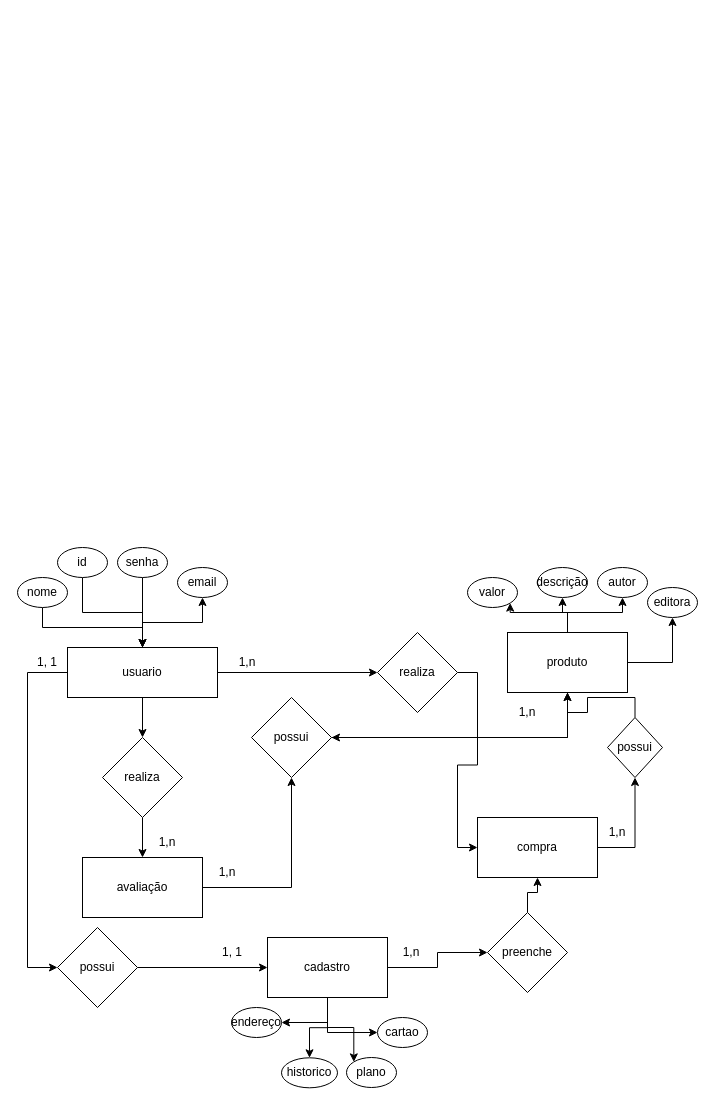
This is Diagrama sem nome.drawio from Pedro1AF/Backlog, a draw.io file, before an edit. Source tidied: cells renumbered, new cells numbered last; positions are measured from the earlier drawing's top-left corner, leaving out a move shared by most shapes. Both pictures are drawn from the tidied source at 100%, with x=0, y=0 at pixel (17, 547).
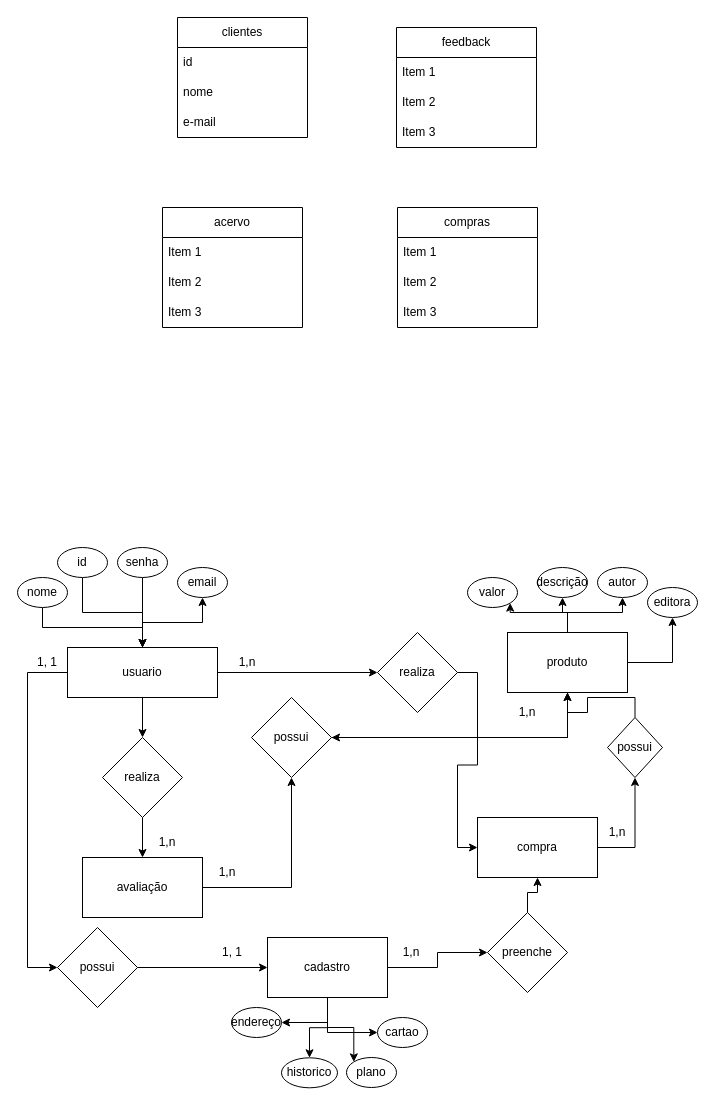
The same diagram, later.

The edit, as a diff of the source:
```diff
@@
+    <mxCell id="59" value="clientes" style="swimlane;fontStyle=0;horizontal=1;startSize=30;whiteSpace=wrap;html=1;" parent="1" vertex="1">
+      <mxGeometry x="160" y="-530" width="130" height="120" as="geometry" />
+    </mxCell>
+    <mxCell id="60" value="id&lt;span style=&quot;white-space: pre;&quot;&gt;&#9;&lt;/span&gt;" style="text;strokeColor=none;fillColor=none;align=left;verticalAlign=middle;spacingLeft=4;spacingRight=4;overflow=hidden;whiteSpace=wrap;html=1;" parent="59" vertex="1">
+      <mxGeometry y="30" width="130" height="30" as="geometry" />
+    </mxCell>
+    <mxCell id="61" value="nome" style="text;strokeColor=none;fillColor=none;align=left;verticalAlign=middle;spacingLeft=4;spacingRight=4;overflow=hidden;whiteSpace=wrap;html=1;" parent="59" vertex="1">
+      <mxGeometry y="60" width="130" height="30" as="geometry" />
+    </mxCell>
+    <mxCell id="62" value="e-mail" style="text;strokeColor=none;fillColor=none;align=left;verticalAlign=middle;spacingLeft=4;spacingRight=4;overflow=hidden;whiteSpace=wrap;html=1;" parent="59" vertex="1">
+      <mxGeometry y="90" width="130" height="30" as="geometry" />
+    </mxCell>
+    <mxCell id="63" value="acervo" style="swimlane;fontStyle=0;horizontal=1;startSize=30;whiteSpace=wrap;html=1;" parent="1" vertex="1">
+      <mxGeometry x="145" y="-340" width="140" height="120" as="geometry" />
+    </mxCell>
+    <mxCell id="64" value="Item 1" style="text;strokeColor=none;fillColor=none;align=left;verticalAlign=middle;spacingLeft=4;spacingRight=4;overflow=hidden;whiteSpace=wrap;html=1;" parent="63" vertex="1">
+      <mxGeometry y="30" width="140" height="30" as="geometry" />
+    </mxCell>
+    <mxCell id="65" value="Item 2" style="text;strokeColor=none;fillColor=none;align=left;verticalAlign=middle;spacingLeft=4;spacingRight=4;overflow=hidden;whiteSpace=wrap;html=1;" parent="63" vertex="1">
+      <mxGeometry y="60" width="140" height="30" as="geometry" />
+    </mxCell>
+    <mxCell id="66" value="Item 3" style="text;strokeColor=none;fillColor=none;align=left;verticalAlign=middle;spacingLeft=4;spacingRight=4;overflow=hidden;whiteSpace=wrap;html=1;" parent="63" vertex="1">
+      <mxGeometry y="90" width="140" height="30" as="geometry" />
+    </mxCell>
+    <mxCell id="67" value="feedback" style="swimlane;fontStyle=0;horizontal=1;startSize=30;whiteSpace=wrap;html=1;" parent="1" vertex="1">
+      <mxGeometry x="379" y="-520" width="140" height="120" as="geometry" />
+    </mxCell>
+    <mxCell id="68" value="Item 1" style="text;strokeColor=none;fillColor=none;align=left;verticalAlign=middle;spacingLeft=4;spacingRight=4;overflow=hidden;whiteSpace=wrap;html=1;" parent="67" vertex="1">
+      <mxGeometry y="30" width="140" height="30" as="geometry" />
+    </mxCell>
+    <mxCell id="69" value="Item 2" style="text;strokeColor=none;fillColor=none;align=left;verticalAlign=middle;spacingLeft=4;spacingRight=4;overflow=hidden;whiteSpace=wrap;html=1;" parent="67" vertex="1">
+      <mxGeometry y="60" width="140" height="30" as="geometry" />
+    </mxCell>
+    <mxCell id="70" value="Item 3" style="text;strokeColor=none;fillColor=none;align=left;verticalAlign=middle;spacingLeft=4;spacingRight=4;overflow=hidden;whiteSpace=wrap;html=1;" parent="67" vertex="1">
+      <mxGeometry y="90" width="140" height="30" as="geometry" />
+    </mxCell>
+    <mxCell id="71" value="compras" style="swimlane;fontStyle=0;horizontal=1;startSize=30;whiteSpace=wrap;html=1;" parent="1" vertex="1">
+      <mxGeometry x="380" y="-340" width="140" height="120" as="geometry" />
+    </mxCell>
+    <mxCell id="72" value="Item 1" style="text;strokeColor=none;fillColor=none;align=left;verticalAlign=middle;spacingLeft=4;spacingRight=4;overflow=hidden;whiteSpace=wrap;html=1;" parent="71" vertex="1">
+      <mxGeometry y="30" width="140" height="30" as="geometry" />
+    </mxCell>
+    <mxCell id="73" value="Item 2" style="text;strokeColor=none;fillColor=none;align=left;verticalAlign=middle;spacingLeft=4;spacingRight=4;overflow=hidden;whiteSpace=wrap;html=1;" parent="71" vertex="1">
+      <mxGeometry y="60" width="140" height="30" as="geometry" />
+    </mxCell>
+    <mxCell id="74" value="Item 3" style="text;strokeColor=none;fillColor=none;align=left;verticalAlign=middle;spacingLeft=4;spacingRight=4;overflow=hidden;whiteSpace=wrap;html=1;" parent="71" vertex="1">
+      <mxGeometry y="90" width="140" height="30" as="geometry" />
+    </mxCell>
```
